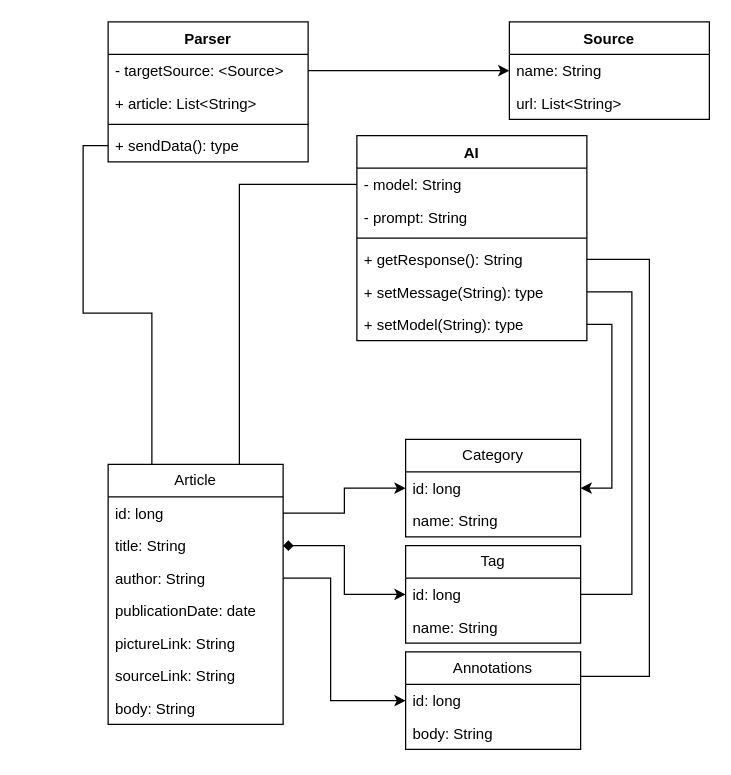
Earlier version of the draw.io diagram Диаграммы/ClassDiagram.drawio (0hJonny/Diplom_60701_). Source tidied: cells renumbered, new cells numbered last; positions are measured from the earlier drawing's top-left corner, leaving out a move shared by most shapes. Both pictures are drawn from the tidied source at 125%, with x=0, y=0 at pixel (108, 21).
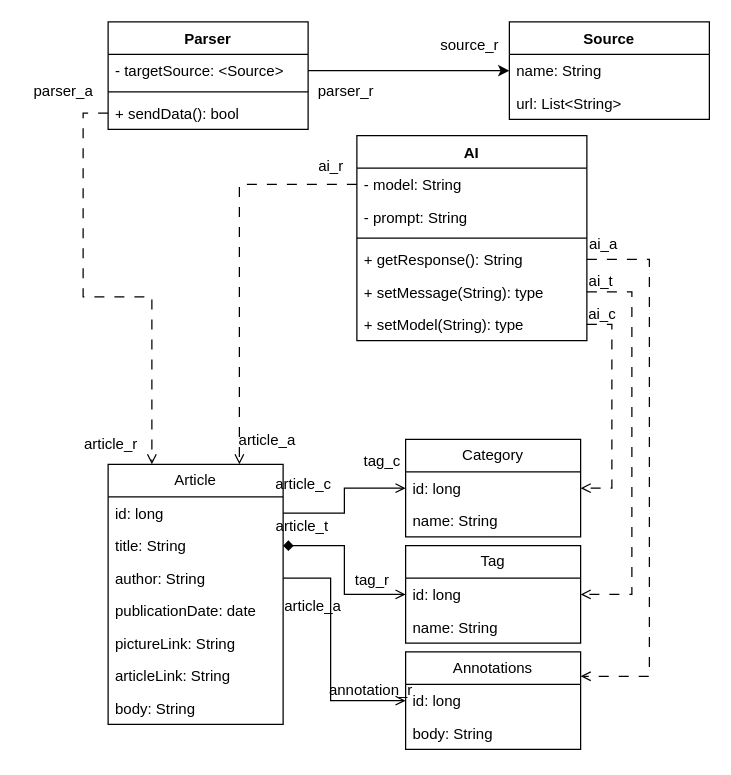
After the change.

Unchanged cells that the change refers to:
```xml
<mxCell id="2" value="Article" style="swimlane;fontStyle=0;horizontal=1;startSize=26;fillColor=none;whiteSpace=wrap;html=1;" parent="1" vertex="1">
  <mxGeometry y="354" width="140" height="208" as="geometry" />
</mxCell>
<mxCell id="3" value="id: long" style="text;strokeColor=none;fillColor=none;align=left;verticalAlign=top;spacingLeft=4;spacingRight=4;overflow=hidden;points=[[0,0.5],[1,0.5]];portConstraint=eastwest;whiteSpace=wrap;html=1;" parent="2" vertex="1">
  <mxGeometry y="26" width="140" height="26" as="geometry" />
</mxCell>
<mxCell id="4" value="title: String" style="text;strokeColor=none;fillColor=none;align=left;verticalAlign=top;spacingLeft=4;spacingRight=4;overflow=hidden;points=[[0,0.5],[1,0.5]];portConstraint=eastwest;whiteSpace=wrap;html=1;" parent="2" vertex="1">
  <mxGeometry y="52" width="140" height="26" as="geometry" />
</mxCell>
<mxCell id="5" value="author: String" style="text;strokeColor=none;fillColor=none;align=left;verticalAlign=top;spacingLeft=4;spacingRight=4;overflow=hidden;points=[[0,0.5],[1,0.5]];portConstraint=eastwest;whiteSpace=wrap;html=1;" parent="2" vertex="1">
  <mxGeometry y="78" width="140" height="26" as="geometry" />
</mxCell>
<mxCell id="11" value="id: long" style="text;strokeColor=none;fillColor=none;align=left;verticalAlign=top;spacingLeft=4;spacingRight=4;overflow=hidden;points=[[0,0.5],[1,0.5]];portConstraint=eastwest;whiteSpace=wrap;html=1;" parent="10" vertex="1">
  <mxGeometry y="26" width="140" height="26" as="geometry" />
</mxCell>
<mxCell id="14" value="id: long" style="text;strokeColor=none;fillColor=none;align=left;verticalAlign=top;spacingLeft=4;spacingRight=4;overflow=hidden;points=[[0,0.5],[1,0.5]];portConstraint=eastwest;whiteSpace=wrap;html=1;" parent="13" vertex="1">
  <mxGeometry y="26" width="140" height="26" as="geometry" />
</mxCell>
<mxCell id="16" value="Annotations" style="swimlane;fontStyle=0;horizontal=1;startSize=26;fillColor=none;whiteSpace=wrap;html=1;" parent="1" vertex="1">
  <mxGeometry x="238" y="504" width="140" height="78" as="geometry" />
</mxCell>
<mxCell id="17" value="id: long" style="text;strokeColor=none;fillColor=none;align=left;verticalAlign=top;spacingLeft=4;spacingRight=4;overflow=hidden;points=[[0,0.5],[1,0.5]];portConstraint=eastwest;whiteSpace=wrap;html=1;" parent="16" vertex="1">
  <mxGeometry y="26" width="140" height="26" as="geometry" />
</mxCell>
<mxCell id="24" value="- model: String" style="text;strokeColor=none;fillColor=none;align=left;verticalAlign=top;spacingLeft=4;spacingRight=4;overflow=hidden;points=[[0,0.5],[1,0.5]];portConstraint=eastwest;whiteSpace=wrap;html=1;" parent="23" vertex="1">
  <mxGeometry y="26" width="184" height="26" as="geometry" />
</mxCell>
<mxCell id="27" value="+ getResponse(&lt;span style=&quot;background-color: initial;&quot;&gt;): String&lt;/span&gt;" style="text;strokeColor=none;fillColor=none;align=left;verticalAlign=top;spacingLeft=4;spacingRight=4;overflow=hidden;points=[[0,0.5],[1,0.5]];portConstraint=eastwest;whiteSpace=wrap;html=1;" parent="23" vertex="1">
  <mxGeometry y="86" width="184" height="26" as="geometry" />
</mxCell>
<mxCell id="28" value="+&amp;nbsp;setMessage(String&lt;span style=&quot;background-color: initial;&quot;&gt;): type&lt;/span&gt;" style="text;strokeColor=none;fillColor=none;align=left;verticalAlign=top;spacingLeft=4;spacingRight=4;overflow=hidden;points=[[0,0.5],[1,0.5]];portConstraint=eastwest;whiteSpace=wrap;html=1;" parent="23" vertex="1">
  <mxGeometry y="112" width="184" height="26" as="geometry" />
</mxCell>
<mxCell id="29" value="+ setModel(String&lt;span style=&quot;background-color: initial;&quot;&gt;): type&lt;/span&gt;" style="text;strokeColor=none;fillColor=none;align=left;verticalAlign=top;spacingLeft=4;spacingRight=4;overflow=hidden;points=[[0,0.5],[1,0.5]];portConstraint=eastwest;whiteSpace=wrap;html=1;" parent="23" vertex="1">
  <mxGeometry y="138" width="184" height="26" as="geometry" />
</mxCell>
<mxCell id="31" value="- targetSource: &amp;lt;Source&amp;gt;" style="text;strokeColor=none;fillColor=none;align=left;verticalAlign=top;spacingLeft=4;spacingRight=4;overflow=hidden;points=[[0,0.5],[1,0.5]];portConstraint=eastwest;whiteSpace=wrap;html=1;" parent="30" vertex="1">
  <mxGeometry y="26" width="160" height="26" as="geometry" />
</mxCell>
<mxCell id="36" value="name: String" style="text;strokeColor=none;fillColor=none;align=left;verticalAlign=top;spacingLeft=4;spacingRight=4;overflow=hidden;points=[[0,0.5],[1,0.5]];portConstraint=eastwest;whiteSpace=wrap;html=1;" parent="35" vertex="1">
  <mxGeometry y="26" width="160" height="26" as="geometry" />
</mxCell>
```

Diff of the diagram source:
```diff
@@
-    <mxCell id="8" value="sourceLink: String" style="text;strokeColor=none;fillColor=none;align=left;verticalAlign=top;spacingLeft=4;spacingRight=4;overflow=hidden;whiteSpace=wrap;html=1;" parent="2" vertex="1">
+    <mxCell id="8" value="articleLink: String" style="text;strokeColor=none;fillColor=none;align=left;verticalAlign=top;spacingLeft=4;spacingRight=4;overflow=hidden;whiteSpace=wrap;html=1;" parent="2" vertex="1">
       <mxGeometry y="156" width="140" height="26" as="geometry" />
     </mxCell>
@@
-    <mxCell id="19" style="edgeStyle=orthogonalEdgeStyle;rounded=0;jettySize=auto;html=1;exitX=1;exitY=0.5;exitDx=0;exitDy=0;" parent="1" edge="1" source="3" target="11">
+    <mxCell id="19" style="edgeStyle=orthogonalEdgeStyle;rounded=0;jettySize=auto;html=1;exitX=1;exitY=0.5;exitDx=0;exitDy=0;endArrow=open;endFill=0;" parent="1" edge="1" source="3" target="11">
       <mxGeometry relative="1" as="geometry" />
     </mxCell>
-    <mxCell id="20" style="edgeStyle=orthogonalEdgeStyle;rounded=0;jettySize=auto;html=1;exitX=1;exitY=0.5;exitDx=0;exitDy=0;entryX=0;entryY=0.5;entryDx=0;entryDy=0;startArrow=diamond;startFill=1;" parent="1" edge="1" source="4" target="14">
+    <mxCell id="20" style="edgeStyle=orthogonalEdgeStyle;rounded=0;jettySize=auto;html=1;exitX=1;exitY=0.5;exitDx=0;exitDy=0;entryX=0;entryY=0.5;entryDx=0;entryDy=0;startArrow=diamond;startFill=1;endArrow=open;endFill=0;" parent="1" edge="1" source="4" target="14">
       <mxGeometry relative="1" as="geometry" />
     </mxCell>
-    <mxCell id="21" style="edgeStyle=orthogonalEdgeStyle;rounded=0;jettySize=auto;html=1;exitX=1;exitY=0.5;exitDx=0;exitDy=0;entryX=0;entryY=0.5;entryDx=0;entryDy=0;" parent="1" edge="1" source="5" target="17">
+    <mxCell id="21" style="edgeStyle=orthogonalEdgeStyle;rounded=0;jettySize=auto;html=1;exitX=1;exitY=0.5;exitDx=0;exitDy=0;entryX=0;entryY=0.5;entryDx=0;entryDy=0;endArrow=open;endFill=0;" parent="1" edge="1" source="5" target="17">
       <mxGeometry relative="1" as="geometry">
         <Array as="points">
           <mxPoint x="178" y="445" />
           <mxPoint x="178" y="543" />
         </Array>
       </mxGeometry>
     </mxCell>
-    <mxCell id="22" style="edgeStyle=orthogonalEdgeStyle;rounded=0;jettySize=auto;html=1;entryX=0.75;entryY=0;entryDx=0;entryDy=0;endArrow=none;endFill=0;exitX=0;exitY=0.5;exitDx=0;exitDy=0;" parent="1" edge="1" source="24" target="2">
+    <mxCell id="22" style="edgeStyle=orthogonalEdgeStyle;rounded=0;jettySize=auto;html=1;entryX=0.75;entryY=0;entryDx=0;entryDy=0;endArrow=open;endFill=0;exitX=0;exitY=0.5;exitDx=0;exitDy=0;dashed=1;dashPattern=8 8;" parent="1" edge="1" source="24" target="2">
       <mxGeometry relative="1" as="geometry" />
     </mxCell>
@@
     <mxCell id="30" value="Parser" style="swimlane;fontStyle=1;align=center;verticalAlign=top;horizontal=1;startSize=26;whiteSpace=wrap;html=1;" parent="1" vertex="1">
-      <mxGeometry width="160" height="112" as="geometry" />
+      <mxGeometry width="160" height="86" as="geometry" />
     </mxCell>
@@
-    <mxCell id="32" value="+ article: List&amp;lt;String&amp;gt;" style="text;strokeColor=none;fillColor=none;align=left;verticalAlign=top;spacingLeft=4;spacingRight=4;overflow=hidden;whiteSpace=wrap;html=1;" parent="30" vertex="1">
-      <mxGeometry y="52" width="160" height="26" as="geometry" />
-    </mxCell>
     <mxCell id="33" style="line;strokeWidth=1;fillColor=none;align=left;verticalAlign=middle;spacingTop=-1;spacingLeft=3;spacingRight=3;labelPosition=right;strokeColor=inherit;" parent="30" vertex="1">
-      <mxGeometry y="78" width="160" height="8" as="geometry" />
+      <mxGeometry y="52" width="160" height="8" as="geometry" />
     </mxCell>
-    <mxCell id="34" value="+ sendData(): type" style="text;strokeColor=none;fillColor=none;align=left;verticalAlign=top;spacingLeft=4;spacingRight=4;overflow=hidden;points=[[0,0.5],[1,0.5]];portConstraint=eastwest;whiteSpace=wrap;html=1;" parent="30" vertex="1">
-      <mxGeometry y="86" width="160" height="26" as="geometry" />
+    <mxCell id="34" value="+ sendData(): bool" style="text;strokeColor=none;fillColor=none;align=left;verticalAlign=top;spacingLeft=4;spacingRight=4;overflow=hidden;points=[[0,0.5],[1,0.5]];portConstraint=eastwest;whiteSpace=wrap;html=1;" parent="30" vertex="1">
+      <mxGeometry y="60" width="160" height="26" as="geometry" />
     </mxCell>
@@
-    <mxCell id="38" style="edgeStyle=orthogonalEdgeStyle;rounded=0;jettySize=auto;html=1;entryX=0;entryY=0.5;entryDx=0;entryDy=0;" parent="1" edge="1" source="31" target="36">
+    <mxCell id="38" style="edgeStyle=orthogonalEdgeStyle;rounded=0;jettySize=auto;html=1;entryX=0;entryY=0.5;entryDx=0;entryDy=0;startArrow=none;startFill=0;" parent="1" edge="1" source="31" target="36">
       <mxGeometry relative="1" as="geometry" />
     </mxCell>
-    <mxCell id="39" style="edgeStyle=orthogonalEdgeStyle;rounded=0;jettySize=auto;html=1;exitX=1;exitY=0.5;exitDx=0;exitDy=0;entryX=1;entryY=0.5;entryDx=0;entryDy=0;" parent="1" edge="1" source="29" target="11">
+    <mxCell id="39" style="edgeStyle=orthogonalEdgeStyle;rounded=0;jettySize=auto;html=1;exitX=1;exitY=0.5;exitDx=0;exitDy=0;entryX=1;entryY=0.5;entryDx=0;entryDy=0;endArrow=open;endFill=0;dashed=1;dashPattern=8 8;" parent="1" edge="1" source="29" target="11">
       <mxGeometry relative="1" as="geometry" />
     </mxCell>
-    <mxCell id="40" style="edgeStyle=orthogonalEdgeStyle;rounded=0;jettySize=auto;html=1;entryX=1;entryY=0.5;entryDx=0;entryDy=0;endArrow=none;endFill=0;" parent="1" edge="1" source="28" target="14">
+    <mxCell id="40" style="edgeStyle=orthogonalEdgeStyle;rounded=0;jettySize=auto;html=1;entryX=1;entryY=0.5;entryDx=0;entryDy=0;endArrow=open;endFill=0;dashed=1;dashPattern=8 8;" parent="1" edge="1" source="28" target="14">
       <mxGeometry relative="1" as="geometry">
         <Array as="points">
           <mxPoint x="419" y="216" />
           <mxPoint x="419" y="458" />
         </Array>
       </mxGeometry>
     </mxCell>
-    <mxCell id="41" style="edgeStyle=orthogonalEdgeStyle;rounded=0;jettySize=auto;html=1;entryX=1;entryY=0.25;entryDx=0;entryDy=0;endArrow=none;endFill=0;" parent="1" edge="1" source="27" target="16">
+    <mxCell id="41" style="edgeStyle=orthogonalEdgeStyle;rounded=0;jettySize=auto;html=1;entryX=1;entryY=0.25;entryDx=0;entryDy=0;endArrow=open;endFill=0;dashed=1;dashPattern=8 8;" parent="1" edge="1" source="27" target="16">
       <mxGeometry relative="1" as="geometry">
         <Array as="points">
           <mxPoint x="433" y="190" />
           <mxPoint x="433" y="523" />
         </Array>
       </mxGeometry>
     </mxCell>
-    <mxCell id="42" style="edgeStyle=orthogonalEdgeStyle;rounded=0;jettySize=auto;html=1;entryX=0.25;entryY=0;entryDx=0;entryDy=0;endArrow=none;endFill=0;" parent="1" edge="1" source="34" target="2">
+    <mxCell id="42" style="edgeStyle=orthogonalEdgeStyle;rounded=0;jettySize=auto;html=1;entryX=0.25;entryY=0;entryDx=0;entryDy=0;endArrow=open;endFill=0;dashed=1;dashPattern=8 8;" parent="1" edge="1" source="34" target="2">
       <mxGeometry relative="1" as="geometry" />
     </mxCell>
+    <mxCell id="43" value="parser_r" style="text;html=1;align=center;verticalAlign=middle;strokeColor=none;fillColor=none;" parent="1" vertex="1">
+      <mxGeometry x="158" y="43" width="63" height="26" as="geometry" />
+    </mxCell>
+    <mxCell id="44" value="source_r" style="text;html=1;align=center;verticalAlign=middle;strokeColor=none;fillColor=none;" parent="1" vertex="1">
+      <mxGeometry x="256" y="6" width="65" height="26" as="geometry" />
+    </mxCell>
+    <mxCell id="45" value="article_c" style="text;html=1;align=center;verticalAlign=middle;strokeColor=none;fillColor=none;" parent="1" vertex="1">
+      <mxGeometry x="124" y="357" width="63" height="26" as="geometry" />
+    </mxCell>
+    <mxCell id="46" value="article_t" style="text;html=1;align=center;verticalAlign=middle;strokeColor=none;fillColor=none;" parent="1" vertex="1">
+      <mxGeometry x="125" y="391" width="60" height="26" as="geometry" />
+    </mxCell>
+    <mxCell id="47" value="article_a" style="text;strokeColor=none;align=center;fillColor=none;html=1;verticalAlign=middle;whiteSpace=wrap;rounded=0;" parent="1" vertex="1">
+      <mxGeometry x="134" y="453" width="60" height="30" as="geometry" />
+    </mxCell>
+    <mxCell id="48" value="annotation_r" style="text;html=1;align=center;verticalAlign=middle;strokeColor=none;fillColor=none;" parent="1" vertex="1">
+      <mxGeometry x="167" y="522" width="85" height="26" as="geometry" />
+    </mxCell>
+    <mxCell id="49" value="tag_r" style="text;html=1;align=center;verticalAlign=middle;strokeColor=none;fillColor=none;" parent="1" vertex="1">
+      <mxGeometry x="188" y="434" width="45" height="26" as="geometry" />
+    </mxCell>
+    <mxCell id="50" value="tag_c" style="text;html=1;align=center;verticalAlign=middle;strokeColor=none;fillColor=none;" parent="1" vertex="1">
+      <mxGeometry x="195" y="339" width="47" height="26" as="geometry" />
+    </mxCell>
+    <mxCell id="51" value="ai_r" style="text;html=1;align=center;verticalAlign=middle;strokeColor=none;fillColor=none;" parent="1" vertex="1">
+      <mxGeometry x="159" y="103" width="38" height="26" as="geometry" />
+    </mxCell>
+    <mxCell id="52" value="ai_c" style="text;html=1;align=center;verticalAlign=middle;strokeColor=none;fillColor=none;" parent="1" vertex="1">
+      <mxGeometry x="375" y="221" width="40" height="26" as="geometry" />
+    </mxCell>
+    <mxCell id="53" value="ai_t" style="text;html=1;align=center;verticalAlign=middle;strokeColor=none;fillColor=none;" parent="1" vertex="1">
+      <mxGeometry x="375" y="195" width="37" height="26" as="geometry" />
+    </mxCell>
+    <mxCell id="54" value="ai_a" style="text;html=1;align=center;verticalAlign=middle;strokeColor=none;fillColor=none;" parent="1" vertex="1">
+      <mxGeometry x="375" y="165" width="41" height="26" as="geometry" />
+    </mxCell>
+    <mxCell id="55" value="parser_a" style="text;html=1;align=center;verticalAlign=middle;strokeColor=none;fillColor=none;" parent="1" vertex="1">
+      <mxGeometry x="-69" y="43" width="65" height="26" as="geometry" />
+    </mxCell>
+    <mxCell id="56" value="article_r" style="text;html=1;align=center;verticalAlign=middle;strokeColor=none;fillColor=none;" parent="1" vertex="1">
+      <mxGeometry x="-29" y="325" width="61" height="26" as="geometry" />
+    </mxCell>
+    <mxCell id="57" value="article_a" style="text;html=1;align=center;verticalAlign=middle;strokeColor=none;fillColor=none;" parent="1" vertex="1">
+      <mxGeometry x="95" y="322" width="63" height="26" as="geometry" />
+    </mxCell>
```
